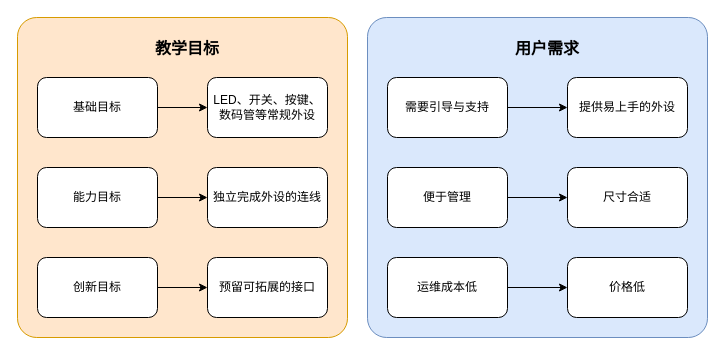
The draw.io diagram 开发板需求图.drawio in zeandon/draw.io, before the edit. Source tidied: cells renumbered, new cells numbered last; positions are measured from the earlier drawing's top-left corner, leaving out a move shared by most shapes. Both pictures are drawn from the tidied source at 100%, with x=0, y=0 at pixel (17, 17).
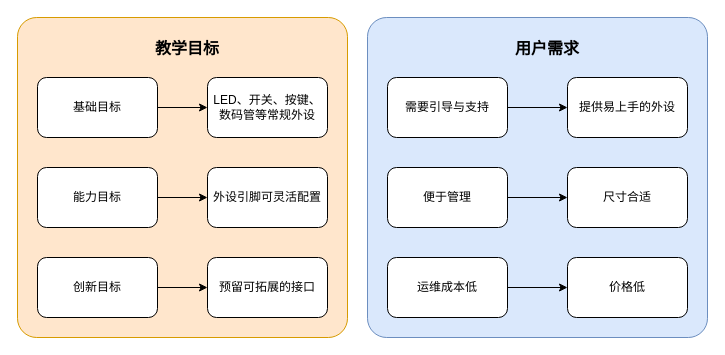
The same diagram, later.

Commit message:
更新开发板需求图.drawio

Diff of the diagram source:
```diff
@@
-    <mxCell id="12" value="独立完成外设的连线" style="rounded=1;whiteSpace=wrap;html=1;" parent="1" vertex="1">
+    <mxCell id="12" value="外设引脚可灵活配置" style="rounded=1;whiteSpace=wrap;html=1;" parent="1" vertex="1">
       <mxGeometry x="190" y="150" width="120" height="60" as="geometry" />
     </mxCell>
```
